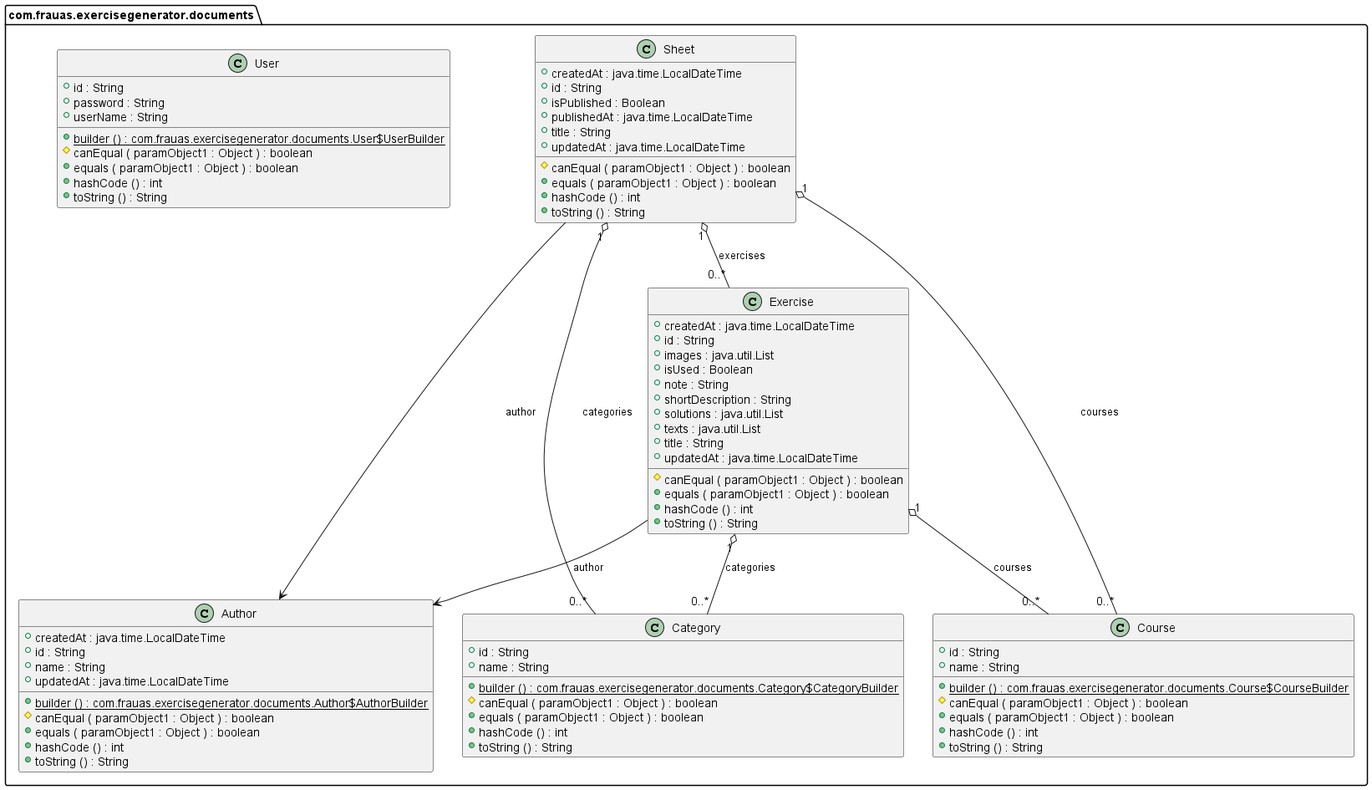
Earlier version of the PlantUML export doc/diagram.png (CarlaHofmann/exercise-generator-be).
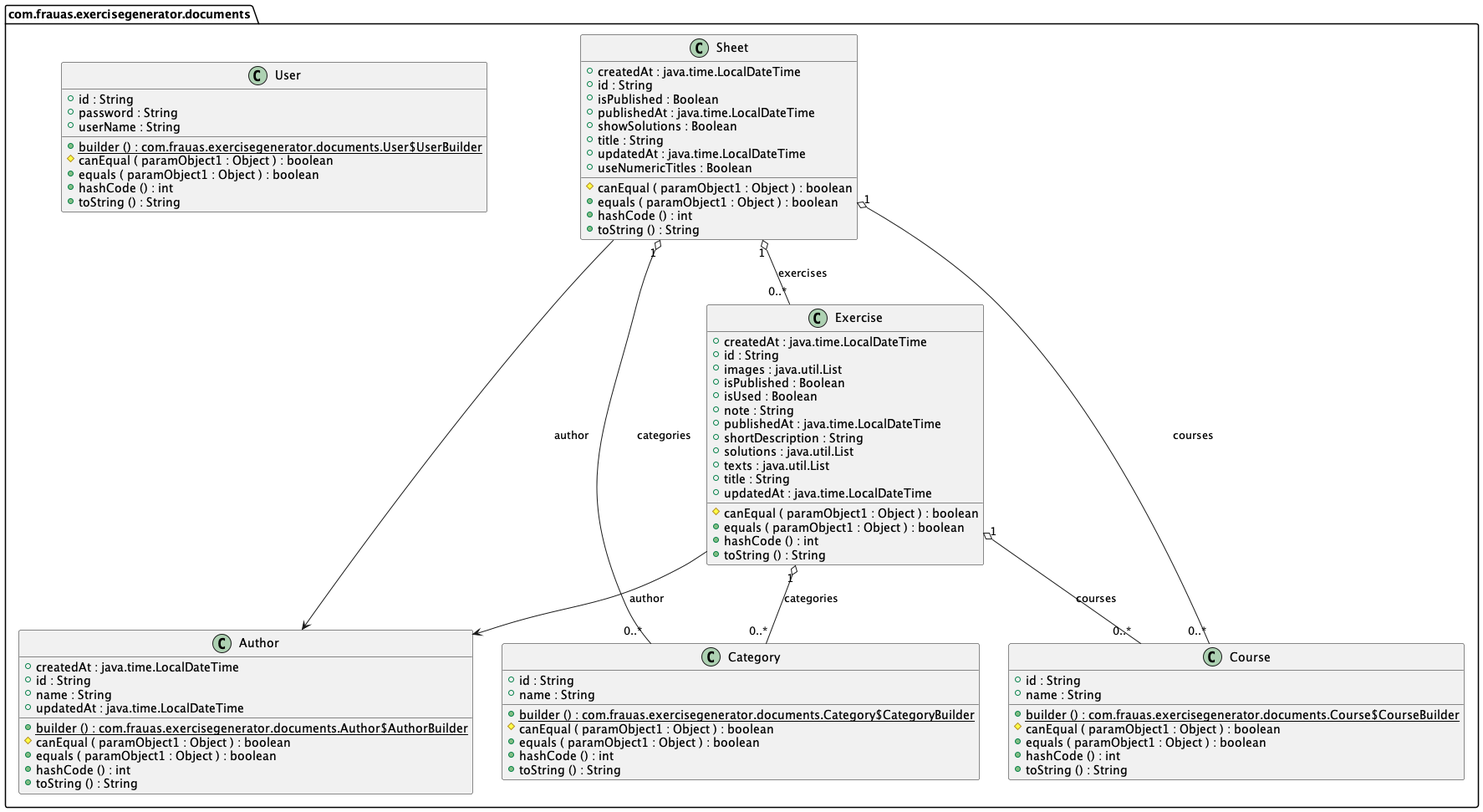
The same file after the commit.

The edit, as a diff of the source:
```diff
@@ -39,8 +39,10 @@
 	{field} +createdAt : java.time.LocalDateTime
 	{field} +id : String
 	{field} +images : java.util.List
+	{field} +isPublished : Boolean
 	{field} +isUsed : Boolean
 	{field} +note : String
+	{field} +publishedAt : java.time.LocalDateTime
 	{field} +shortDescription : String
 	{field} +solutions : java.util.List
 	{field} +texts : java.util.List
@@ -58,8 +60,10 @@
 	{field} +id : String
 	{field} +isPublished : Boolean
 	{field} +publishedAt : java.time.LocalDateTime
+	{field} +showSolutions : Boolean
 	{field} +title : String
 	{field} +updatedAt : java.time.LocalDateTime
+	{field} +useNumericTitles : Boolean
 	{method} #canEqual ( paramObject1 : Object ) : boolean
 	{method} +equals ( paramObject1 : Object ) : boolean
 	{method} +hashCode () : int
```
